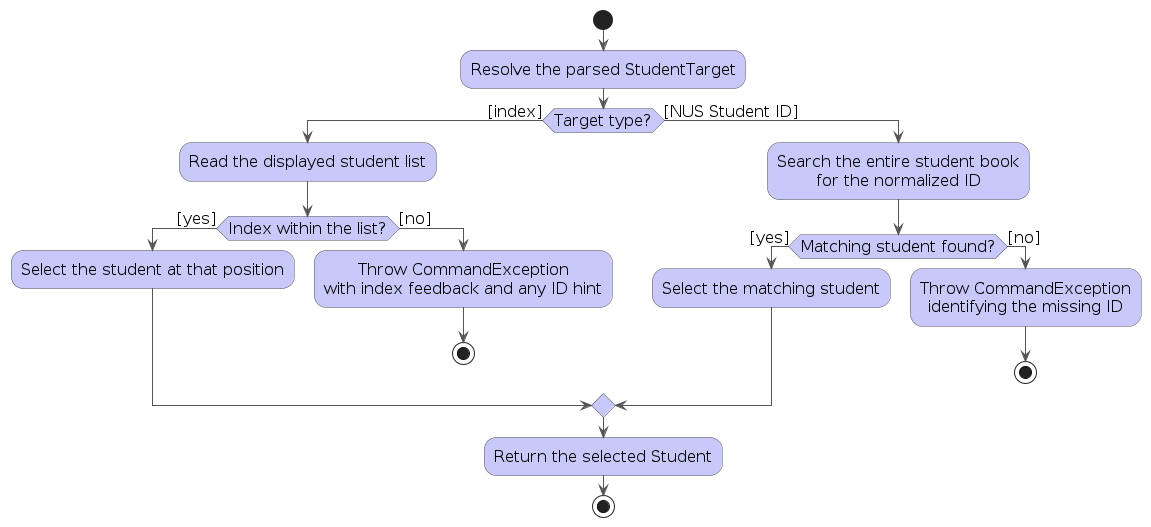
AY2627S1-CS2103T-T16-1/tp keeps this PlantUML diagram as diagrams/StudentTargetResolution.png. Above is the earlier version. Its source is kept beside it as diagrams/StudentTargetResolution.puml. The source it was exported from:
```plantuml
@startuml
!include style.puml
skinparam defaultFontSize 16
skinparam ArrowFontStyle plain
skinparam activityBackgroundColor LOGIC_COLOR_T1
skinparam activityBorderColor #555555
skinparam arrowColor #555555

start
:Resolve the parsed StudentTarget;
if (Target type?) then ([index])
  :Read the displayed student list;
  if (Index within the list?) then ([yes])
    :Select the student at that position;
  else ([no])
    :Throw CommandException\nwith index feedback and any ID hint;
    stop
  endif
else ([NUS Student ID])
  :Search the entire student book\nfor the normalized ID;
  if (Matching student found?) then ([yes])
    :Select the matching student;
  else ([no])
    :Throw CommandException\nidentifying the missing ID;
    stop
  endif
endif
:Return the selected Student;
stop
@enduml
```
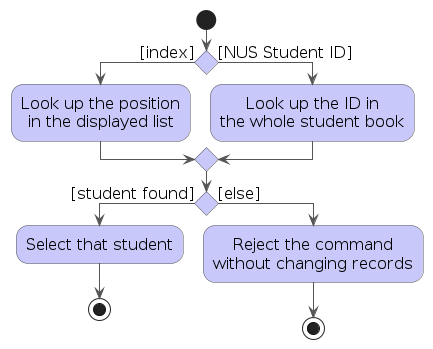
The same diagram one commit later.

Diff of the diagram source:
```diff
@@ -6,25 +6,21 @@
 skinparam activityBorderColor #555555
 skinparam arrowColor #555555
 
+
 start
-:Resolve the parsed StudentTarget;
-if (Target type?) then ([index])
-  :Read the displayed student list;
-  if (Index within the list?) then ([yes])
-    :Select the student at that position;
-  else ([no])
-    :Throw CommandException\nwith index feedback and any ID hint;
-    stop
-  endif
+if () then ([index])
+  :Look up the position
+  in the displayed list;
 else ([NUS Student ID])
-  :Search the entire student book\nfor the normalized ID;
-  if (Matching student found?) then ([yes])
-    :Select the matching student;
-  else ([no])
-    :Throw CommandException\nidentifying the missing ID;
-    stop
-  endif
+  :Look up the ID in
+  the whole student book;
 endif
-:Return the selected Student;
-stop
+if () then ([student found])
+  :Select that student;
+  stop
+else ([else])
+  :Reject the command
+  without changing records;
+  stop
+endif
 @enduml
```
